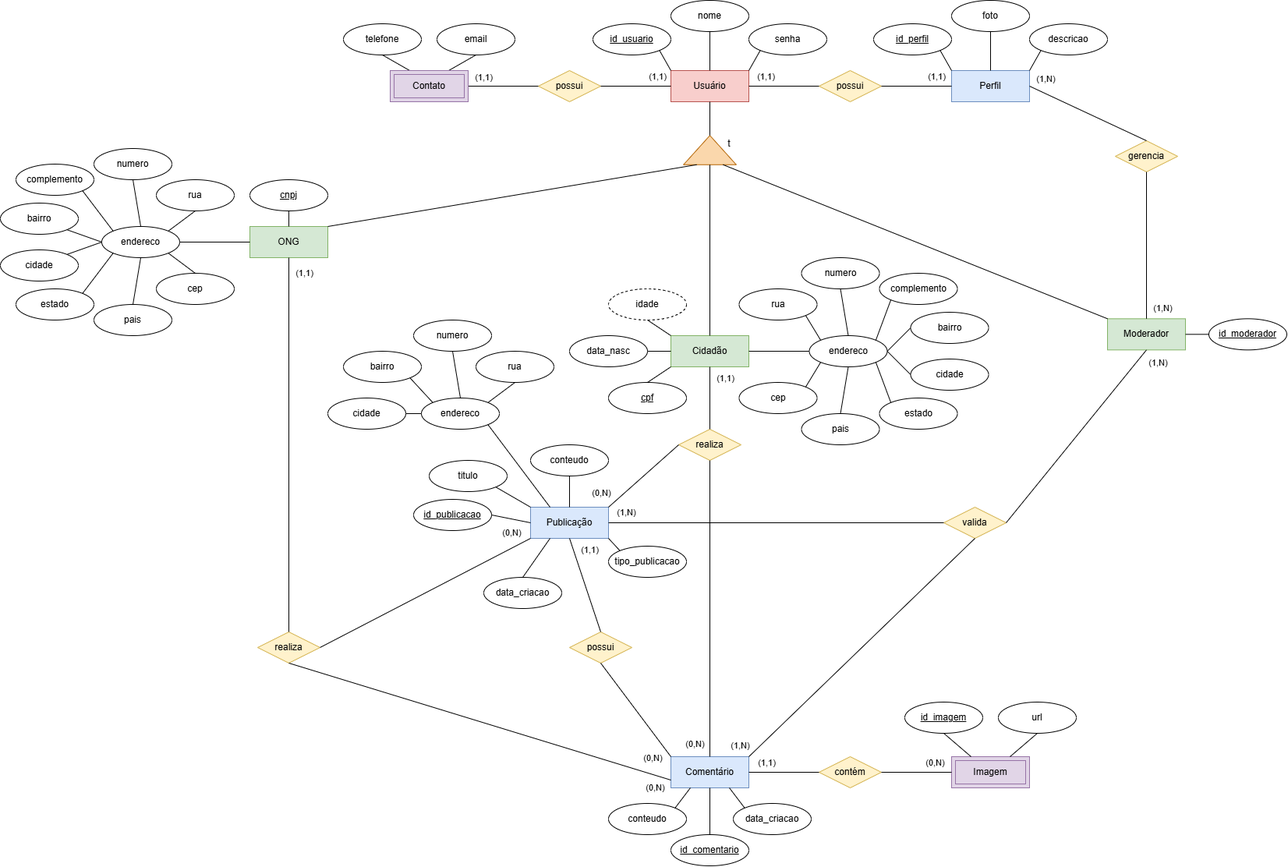
This is DOCUMENTACAO/PetMap - Modelo Conceitual.drawio.png from arthurpansera/PetMap, a draw.io export, as it was before one commit. Source tidied: cells renumbered, new cells last; positions are measured from the earlier drawing's top-left corner, leaving out a move shared by most shapes.
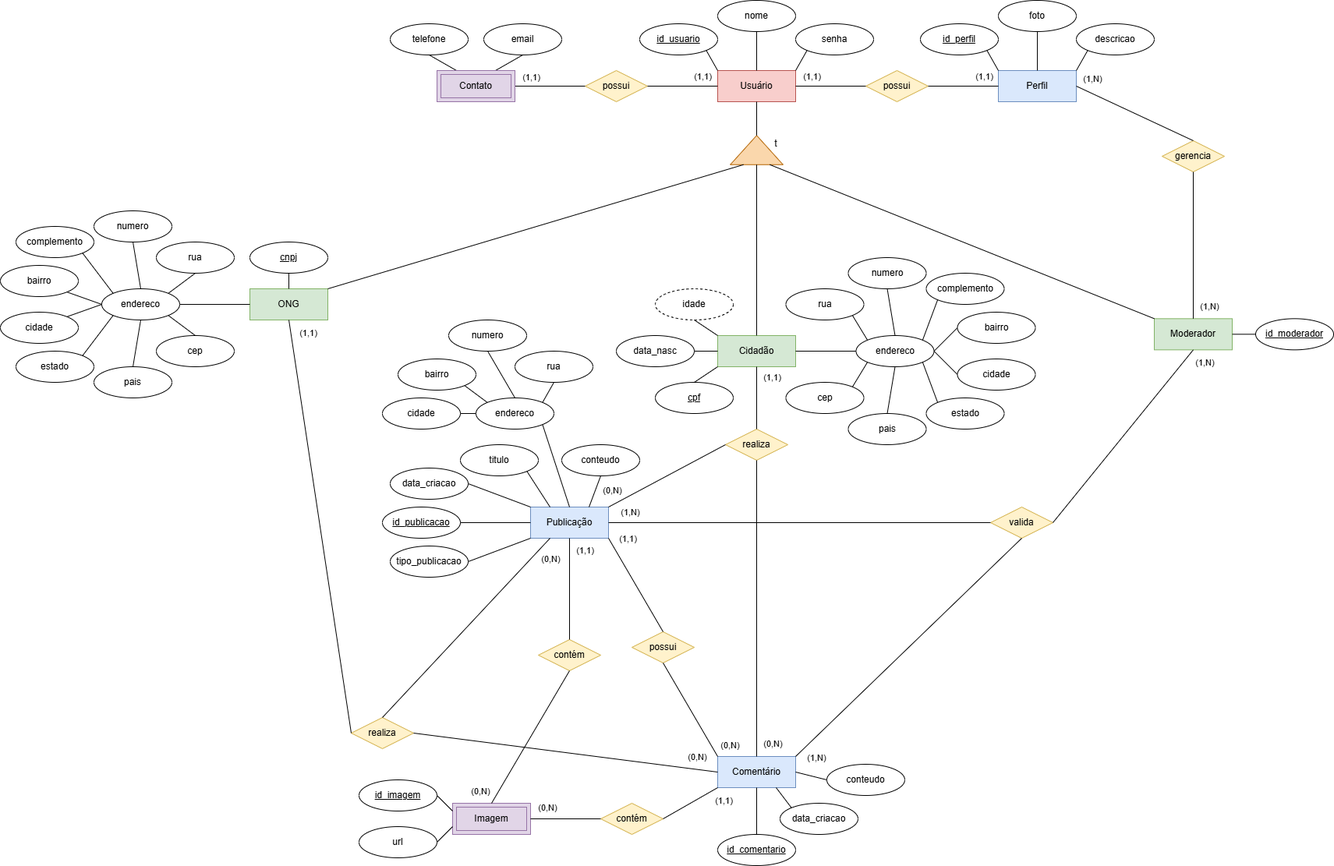
After the change.

Commit message:
Atualização do Modelo Conceitual

Atualização do modelo conceitual da aplicação

Diff of the diagram source:
```diff
@@ -35,3 +35,3 @@
     <mxCell id="12" value="ONG" style="whiteSpace=wrap;html=1;align=center;fillColor=#d5e8d4;strokeColor=#82b366;" parent="1" vertex="1">
-      <mxGeometry x="320" y="290" width="100" height="40" as="geometry" />
+      <mxGeometry x="260" y="370" width="100" height="40" as="geometry" />
     </mxCell>
@@ -136,3 +136,3 @@
     <mxCell id="43" value="cnpj" style="ellipse;whiteSpace=wrap;html=1;align=center;fontStyle=4;" parent="1" vertex="1">
-      <mxGeometry x="320" y="230" width="100" height="40" as="geometry" />
+      <mxGeometry x="260" y="310" width="100" height="40" as="geometry" />
     </mxCell>
@@ -142,3 +142,3 @@
     <mxCell id="45" value="endereco" style="ellipse;whiteSpace=wrap;html=1;align=center;" parent="1" vertex="1">
-      <mxGeometry x="130" y="290" width="100" height="40" as="geometry" />
+      <mxGeometry x="70" y="370" width="100" height="40" as="geometry" />
     </mxCell>
@@ -148,24 +148,24 @@
     <mxCell id="47" value="pais" style="ellipse;whiteSpace=wrap;html=1;align=center;" parent="1" vertex="1">
-      <mxGeometry x="120" y="390" width="100" height="40" as="geometry" />
+      <mxGeometry x="60" y="470" width="100" height="40" as="geometry" />
     </mxCell>
     <mxCell id="48" value="estado" style="ellipse;whiteSpace=wrap;html=1;align=center;" parent="1" vertex="1">
-      <mxGeometry x="20" y="370" width="100" height="40" as="geometry" />
+      <mxGeometry x="-40" y="450" width="100" height="40" as="geometry" />
     </mxCell>
     <mxCell id="49" value="cep" style="ellipse;whiteSpace=wrap;html=1;align=center;" parent="1" vertex="1">
-      <mxGeometry x="200" y="350" width="100" height="40" as="geometry" />
+      <mxGeometry x="140" y="430" width="100" height="40" as="geometry" />
     </mxCell>
     <mxCell id="50" value="bairro" style="ellipse;whiteSpace=wrap;html=1;align=center;" parent="1" vertex="1">
-      <mxGeometry y="260" width="100" height="40" as="geometry" />
+      <mxGeometry x="-60" y="340" width="100" height="40" as="geometry" />
     </mxCell>
     <mxCell id="51" value="complemento" style="ellipse;whiteSpace=wrap;html=1;align=center;" parent="1" vertex="1">
-      <mxGeometry x="20" y="210" width="100" height="40" as="geometry" />
+      <mxGeometry x="-40" y="290" width="100" height="40" as="geometry" />
     </mxCell>
     <mxCell id="52" value="numero" style="ellipse;whiteSpace=wrap;html=1;align=center;" parent="1" vertex="1">
-      <mxGeometry x="120" y="190" width="100" height="40" as="geometry" />
+      <mxGeometry x="60" y="270" width="100" height="40" as="geometry" />
     </mxCell>
     <mxCell id="53" value="rua" style="ellipse;whiteSpace=wrap;html=1;align=center;" parent="1" vertex="1">
-      <mxGeometry x="200" y="230" width="100" height="40" as="geometry" />
+      <mxGeometry x="140" y="310" width="100" height="40" as="geometry" />
     </mxCell>
     <mxCell id="54" value="cidade" style="ellipse;whiteSpace=wrap;html=1;align=center;" parent="1" vertex="1">
-      <mxGeometry y="320" width="100" height="40" as="geometry" />
+      <mxGeometry x="-60" y="400" width="100" height="40" as="geometry" />
     </mxCell>
@@ -218,3 +218,3 @@
     <mxCell id="69" value="Publicação" style="whiteSpace=wrap;html=1;align=center;fillColor=#dae8fc;strokeColor=#6c8ebf;" parent="1" vertex="1">
-      <mxGeometry x="680" y="650" width="100" height="40" as="geometry" />
+      <mxGeometry x="620" y="650" width="100" height="40" as="geometry" />
     </mxCell>
@@ -224,22 +224,19 @@
     <mxCell id="71" value="realiza" style="shape=rhombus;perimeter=rhombusPerimeter;whiteSpace=wrap;html=1;align=center;fillColor=#fff2cc;strokeColor=#d6b656;" parent="1" vertex="1">
-      <mxGeometry x="330" y="810" width="80" height="40" as="geometry" />
+      <mxGeometry x="390" y="920" width="80" height="40" as="geometry" />
     </mxCell>
     <mxCell id="72" value="id_publicacao" style="ellipse;whiteSpace=wrap;html=1;align=center;fontStyle=4;" parent="1" vertex="1">
-      <mxGeometry x="530" y="640" width="100" height="40" as="geometry" />
+      <mxGeometry x="430" y="650" width="100" height="40" as="geometry" />
     </mxCell>
     <mxCell id="73" value="titulo" style="ellipse;whiteSpace=wrap;html=1;align=center;" parent="1" vertex="1">
-      <mxGeometry x="550" y="590" width="100" height="40" as="geometry" />
+      <mxGeometry x="530" y="570" width="100" height="40" as="geometry" />
     </mxCell>
     <mxCell id="74" value="conteudo" style="ellipse;whiteSpace=wrap;html=1;align=center;" parent="1" vertex="1">
-      <mxGeometry x="680" y="570" width="100" height="40" as="geometry" />
+      <mxGeometry x="660" y="570" width="100" height="40" as="geometry" />
     </mxCell>
     <mxCell id="75" value="data_criacao" style="ellipse;whiteSpace=wrap;html=1;align=center;" parent="1" vertex="1">
-      <mxGeometry x="620" y="740" width="100" height="40" as="geometry" />
+      <mxGeometry x="440" y="600" width="100" height="40" as="geometry" />
     </mxCell>
     <mxCell id="76" value="tipo_publicacao" style="ellipse;whiteSpace=wrap;html=1;align=center;" parent="1" vertex="1">
-      <mxGeometry x="780" y="700" width="100" height="40" as="geometry" />
+      <mxGeometry x="440" y="700" width="100" height="40" as="geometry" />
     </mxCell>
-    <mxCell id="77" style="endArrow=none;html=1;rounded=0;exitX=0;exitY=0;exitDx=0;exitDy=0;entryX=1;entryY=1;entryDx=0;entryDy=0;" parent="1" edge="1" source="76" target="69">
-      <mxGeometry relative="1" as="geometry" />
-    </mxCell>
     <mxCell id="78" value="Contato" style="shape=ext;margin=3;double=1;whiteSpace=wrap;html=1;align=center;fillColor=#e1d5e7;strokeColor=#9673a6;" parent="1" vertex="1">
@@ -308,6 +305,6 @@
     <mxCell id="99" value="Imagem" style="shape=ext;margin=3;double=1;whiteSpace=wrap;html=1;align=center;fillColor=#e1d5e7;strokeColor=#9673a6;" parent="1" vertex="1">
-      <mxGeometry x="1220" y="970" width="100" height="40" as="geometry" />
+      <mxGeometry x="520" y="1030" width="100" height="40" as="geometry" />
     </mxCell>
     <mxCell id="100" value="conteudo" style="ellipse;whiteSpace=wrap;html=1;align=center;" parent="1" vertex="1">
-      <mxGeometry x="780" y="1030" width="100" height="40" as="geometry" />
+      <mxGeometry x="1000" y="980" width="100" height="40" as="geometry" />
     </mxCell>
@@ -320,10 +317,7 @@
     <mxCell id="103" value="id_imagem" style="ellipse;whiteSpace=wrap;html=1;align=center;fontStyle=4;" parent="1" vertex="1">
-      <mxGeometry x="1160" y="900" width="100" height="40" as="geometry" />
+      <mxGeometry x="400" y="1000" width="100" height="40" as="geometry" />
     </mxCell>
     <mxCell id="104" value="url" style="ellipse;whiteSpace=wrap;html=1;align=center;" parent="1" vertex="1">
-      <mxGeometry x="1280" y="900" width="100" height="40" as="geometry" />
+      <mxGeometry x="400" y="1060" width="100" height="40" as="geometry" />
     </mxCell>
-    <mxCell id="105" style="endArrow=none;html=1;rounded=0;exitX=1;exitY=0;exitDx=0;exitDy=0;entryX=0.25;entryY=1;entryDx=0;entryDy=0;" parent="1" edge="1" source="100" target="98">
-      <mxGeometry relative="1" as="geometry" />
-    </mxCell>
     <mxCell id="106" style="endArrow=none;html=1;rounded=0;exitX=0;exitY=0;exitDx=0;exitDy=0;entryX=0.75;entryY=1;entryDx=0;entryDy=0;" parent="1" edge="1" source="102" target="98">
@@ -331,3 +325,3 @@
     </mxCell>
-    <mxCell id="107" style="endArrow=none;html=1;rounded=0;exitX=0.5;exitY=0;exitDx=0;exitDy=0;entryX=0.5;entryY=1;entryDx=0;entryDy=0;" parent="1" edge="1" source="71" target="12">
+    <mxCell id="107" style="endArrow=none;html=1;rounded=0;exitX=0;exitY=0.5;exitDx=0;exitDy=0;entryX=0.5;entryY=1;entryDx=0;entryDy=0;" parent="1" edge="1" source="71" target="12">
       <mxGeometry relative="1" as="geometry" />
@@ -336,3 +330,3 @@
       <mxGeometry x="0.9" y="-2" relative="1" as="geometry">
-        <mxPoint x="17" y="-6" as="offset" />
+        <mxPoint x="18" y="-9" as="offset" />
       </mxGeometry>
@@ -352,3 +346,3 @@
       <mxGeometry x="-0.65" relative="1" as="geometry">
-        <mxPoint x="-25" y="-6" as="offset" />
+        <mxPoint x="-22" y="-8" as="offset" />
       </mxGeometry>
@@ -360,3 +354,3 @@
       <mxGeometry x="-0.93" y="-1" relative="1" as="geometry">
-        <mxPoint x="7" y="-15" as="offset" />
+        <mxPoint x="11" y="-15" as="offset" />
       </mxGeometry>
@@ -385,3 +379,3 @@
       <mxGeometry x="-0.95" y="2" relative="1" as="geometry">
-        <mxPoint x="-18" y="-7" as="offset" />
+        <mxPoint x="20" y="9" as="offset" />
       </mxGeometry>
@@ -391,9 +385,6 @@
     </mxCell>
-    <mxCell id="123" value="contém" style="shape=rhombus;perimeter=rhombusPerimeter;whiteSpace=wrap;html=1;align=center;fillColor=#fff2cc;strokeColor=#d6b656;" parent="1" vertex="1">
-      <mxGeometry x="1050" y="970" width="80" height="40" as="geometry" />
-    </mxCell>
     <mxCell id="124" value="possui" style="shape=rhombus;perimeter=rhombusPerimeter;whiteSpace=wrap;html=1;align=center;fillColor=#fff2cc;strokeColor=#d6b656;" parent="1" vertex="1">
-      <mxGeometry x="730" y="810" width="80" height="40" as="geometry" />
+      <mxGeometry x="750" y="810" width="80" height="40" as="geometry" />
     </mxCell>
-    <mxCell id="125" style="endArrow=none;html=1;rounded=0;entryX=0.5;entryY=1;entryDx=0;entryDy=0;exitX=0.5;exitY=0;exitDx=0;exitDy=0;" parent="1" edge="1" source="124" target="69">
+    <mxCell id="125" style="endArrow=none;html=1;rounded=0;entryX=1;entryY=1;entryDx=0;entryDy=0;exitX=0.5;exitY=0;exitDx=0;exitDy=0;" parent="1" edge="1" source="124" target="69">
       <mxGeometry relative="1" as="geometry" />
@@ -402,3 +393,3 @@
       <mxGeometry x="0.74" y="2" relative="1" as="geometry">
-        <mxPoint x="21" y="-3" as="offset" />
+        <mxPoint x="16" y="-17" as="offset" />
       </mxGeometry>
@@ -410,6 +401,6 @@
       <mxGeometry x="-0.82" y="-2" relative="1" as="geometry">
-        <mxPoint x="-17" y="14" as="offset" />
+        <mxPoint x="19" y="-4" as="offset" />
       </mxGeometry>
     </mxCell>
-    <mxCell id="129" style="endArrow=none;html=1;rounded=0;entryX=0.5;entryY=1;entryDx=0;entryDy=0;exitX=0;exitY=0.75;exitDx=0;exitDy=0;" parent="1" edge="1" source="98" target="71">
+    <mxCell id="129" style="endArrow=none;html=1;rounded=0;entryX=1;entryY=0.5;entryDx=0;entryDy=0;exitX=0;exitY=0.5;exitDx=0;exitDy=0;" parent="1" edge="1" source="98" target="71">
       <mxGeometry relative="1" as="geometry" />
@@ -418,3 +409,3 @@
       <mxGeometry x="-0.85" y="1" relative="1" as="geometry">
-        <mxPoint x="15" y="19" as="offset" />
+        <mxPoint x="1" y="-17" as="offset" />
       </mxGeometry>
@@ -426,6 +417,6 @@
       <mxGeometry x="-0.93" y="-1" relative="1" as="geometry">
-        <mxPoint x="-21" y="-2" as="offset" />
+        <mxPoint x="19" y="-3" as="offset" />
       </mxGeometry>
     </mxCell>
-    <mxCell id="133" style="endArrow=none;html=1;rounded=0;exitX=1;exitY=0.5;exitDx=0;exitDy=0;entryX=0;entryY=1;entryDx=0;entryDy=0;" parent="1" edge="1" source="71" target="69">
+    <mxCell id="133" style="endArrow=none;html=1;rounded=0;exitX=0.5;exitY=0;exitDx=0;exitDy=0;entryX=0.25;entryY=1;entryDx=0;entryDy=0;" parent="1" edge="1" source="71" target="69">
       <mxGeometry relative="1" as="geometry" />
@@ -434,3 +425,3 @@
       <mxGeometry x="0.73" y="3" relative="1" as="geometry">
-        <mxPoint x="13" y="-25" as="offset" />
+        <mxPoint x="31" y="-3" as="offset" />
       </mxGeometry>
@@ -440,44 +431,25 @@
     </mxCell>
-    <mxCell id="136" style="endArrow=none;html=1;rounded=0;exitX=0;exitY=0;exitDx=0;exitDy=0;entryX=1;entryY=1;entryDx=0;entryDy=0;" parent="1" edge="1" source="69" target="73">
+    <mxCell id="136" style="endArrow=none;html=1;rounded=0;exitX=0.25;exitY=0;exitDx=0;exitDy=0;entryX=1;entryY=1;entryDx=0;entryDy=0;" parent="1" edge="1" source="69" target="73">
       <mxGeometry relative="1" as="geometry" />
     </mxCell>
-    <mxCell id="137" style="endArrow=none;html=1;rounded=0;exitX=0.5;exitY=0;exitDx=0;exitDy=0;entryX=0.5;entryY=1;entryDx=0;entryDy=0;" parent="1" edge="1" source="69" target="74">
+    <mxCell id="137" style="endArrow=none;html=1;rounded=0;exitX=0.75;exitY=0;exitDx=0;exitDy=0;entryX=0.5;entryY=1;entryDx=0;entryDy=0;" parent="1" edge="1" source="69" target="74">
       <mxGeometry relative="1" as="geometry" />
     </mxCell>
-    <mxCell id="138" style="endArrow=none;html=1;rounded=0;exitX=1;exitY=0.5;exitDx=0;exitDy=0;entryX=0;entryY=0.5;entryDx=0;entryDy=0;" parent="1" edge="1" source="98" target="123">
-      <mxGeometry relative="1" as="geometry" />
-    </mxCell>
-    <mxCell id="139" value="(1,1)" style="edgeLabel;html=1;align=center;verticalAlign=middle;" parent="138" vertex="1">
-      <mxGeometry x="-0.72" y="1" relative="1" as="geometry">
-        <mxPoint x="9" y="-12" as="offset" />
-      </mxGeometry>
-    </mxCell>
-    <mxCell id="140" style="endArrow=none;html=1;rounded=0;entryX=0.5;entryY=1;entryDx=0;entryDy=0;exitX=0.25;exitY=0;exitDx=0;exitDy=0;" parent="1" edge="1" source="99" target="103">
+    <mxCell id="140" style="endArrow=none;html=1;rounded=0;entryX=1;entryY=0.5;entryDx=0;entryDy=0;exitX=0;exitY=0.25;exitDx=0;exitDy=0;" parent="1" edge="1" source="99" target="103">
       <mxGeometry relative="1" as="geometry" />
     </mxCell>
-    <mxCell id="141" style="endArrow=none;html=1;rounded=0;exitX=0.75;exitY=0;exitDx=0;exitDy=0;entryX=0.5;entryY=1;entryDx=0;entryDy=0;" parent="1" edge="1" source="99" target="104">
-      <mxGeometry relative="1" as="geometry" />
-    </mxCell>
-    <mxCell id="142" style="endArrow=none;html=1;rounded=0;exitX=1;exitY=0.5;exitDx=0;exitDy=0;entryX=0;entryY=0.5;entryDx=0;entryDy=0;" parent="1" edge="1" source="123" target="99">
-      <mxGeometry relative="1" as="geometry" />
-    </mxCell>
-    <mxCell id="143" value="(0,N)" style="edgeLabel;html=1;align=center;verticalAlign=middle;" parent="142" vertex="1">
-      <mxGeometry x="0.35" y="-2" relative="1" as="geometry">
-        <mxPoint x="8" y="-15" as="offset" />
-      </mxGeometry>
-    </mxCell>
     <mxCell id="144" value="endereco" style="ellipse;whiteSpace=wrap;html=1;align=center;" parent="1" vertex="1">
-      <mxGeometry x="540" y="510" width="100" height="40" as="geometry" />
+      <mxGeometry x="550" y="510" width="100" height="40" as="geometry" />
     </mxCell>
     <mxCell id="145" value="bairro" style="ellipse;whiteSpace=wrap;html=1;align=center;" parent="1" vertex="1">
-      <mxGeometry x="440" y="450" width="100" height="40" as="geometry" />
+      <mxGeometry x="450" y="460" width="100" height="40" as="geometry" />
     </mxCell>
     <mxCell id="146" value="numero" style="ellipse;whiteSpace=wrap;html=1;align=center;" parent="1" vertex="1">
-      <mxGeometry x="530" y="410" width="100" height="40" as="geometry" />
+      <mxGeometry x="515" y="410" width="100" height="40" as="geometry" />
     </mxCell>
     <mxCell id="147" value="rua" style="ellipse;whiteSpace=wrap;html=1;align=center;" parent="1" vertex="1">
-      <mxGeometry x="610" y="450" width="100" height="40" as="geometry" />
+      <mxGeometry x="600" y="450" width="100" height="40" as="geometry" />
     </mxCell>
     <mxCell id="148" value="cidade" style="ellipse;whiteSpace=wrap;html=1;align=center;" parent="1" vertex="1">
-      <mxGeometry x="420" y="510" width="100" height="40" as="geometry" />
+      <mxGeometry x="430" y="510" width="100" height="40" as="geometry" />
     </mxCell>
@@ -495,8 +467,55 @@
     </mxCell>
-    <mxCell id="153" style="endArrow=none;html=1;rounded=0;exitX=0.25;exitY=0;exitDx=0;exitDy=0;entryX=1;entryY=1;entryDx=0;entryDy=0;" parent="1" edge="1" source="69" target="144">
+    <mxCell id="153" style="endArrow=none;html=1;rounded=0;exitX=0.5;exitY=0;exitDx=0;exitDy=0;entryX=1;entryY=1;entryDx=0;entryDy=0;" parent="1" edge="1" source="69" target="144">
       <mxGeometry relative="1" as="geometry" />
     </mxCell>
-    <mxCell id="154" style="endArrow=none;html=1;rounded=0;exitX=0.5;exitY=0;exitDx=0;exitDy=0;entryX=0.25;entryY=1;entryDx=0;entryDy=0;" parent="1" edge="1" source="75" target="69">
-      <mxGeometry relative="1" as="geometry" />
-    </mxCell>
+    <mxCell id="141" style="endArrow=none;html=1;rounded=0;entryX=1;entryY=0.5;entryDx=0;entryDy=0;exitX=0;exitY=0.75;exitDx=0;exitDy=0;" parent="1" edge="1" source="99" target="104">
+      <mxGeometry relative="1" as="geometry" />
+    </mxCell>
+    <mxCell id="105" style="endArrow=none;html=1;rounded=0;entryX=1;entryY=0.5;entryDx=0;entryDy=0;exitX=0;exitY=0.5;exitDx=0;exitDy=0;" parent="1" edge="1" source="100" target="98">
+      <mxGeometry relative="1" as="geometry" />
+    </mxCell>
+    <mxCell id="155" style="endArrow=none;html=1;rounded=0;entryX=1;entryY=0.5;entryDx=0;entryDy=0;exitX=0;exitY=0;exitDx=0;exitDy=0;" parent="1" edge="1" source="69" target="75">
+      <mxGeometry relative="1" as="geometry" />
+    </mxCell>
+    <mxCell id="156" value="contém" style="shape=rhombus;perimeter=rhombusPerimeter;whiteSpace=wrap;html=1;align=center;fillColor=#fff2cc;strokeColor=#d6b656;" parent="1" vertex="1">
+      <mxGeometry x="630" y="820" width="80" height="40" as="geometry" />
+    </mxCell>
+    <mxCell id="157" style="endArrow=none;html=1;rounded=0;entryX=0.5;entryY=1;entryDx=0;entryDy=0;exitX=0.5;exitY=0;exitDx=0;exitDy=0;" parent="1" edge="1" source="156" target="69">
+      <mxGeometry relative="1" as="geometry" />
+    </mxCell>
+    <mxCell id="158" value="(1,1)" style="edgeLabel;html=1;align=center;verticalAlign=middle;" parent="157" vertex="1">
+      <mxGeometry x="0.77" y="-1" relative="1" as="geometry">
+        <mxPoint x="18" y="-1" as="offset" />
+      </mxGeometry>
+    </mxCell>
+    <mxCell id="159" style="endArrow=none;html=1;rounded=0;entryX=0.5;entryY=1;entryDx=0;entryDy=0;exitX=0.5;exitY=0;exitDx=0;exitDy=0;" parent="1" edge="1" source="99" target="156">
+      <mxGeometry relative="1" as="geometry" />
+    </mxCell>
+    <mxCell id="160" value="(0,N)" style="edgeLabel;html=1;align=center;verticalAlign=middle;" parent="159" vertex="1">
+      <mxGeometry x="-0.82" relative="1" as="geometry">
+        <mxPoint x="-24" as="offset" />
+      </mxGeometry>
+    </mxCell>
+    <mxCell id="161" value="contém" style="shape=rhombus;perimeter=rhombusPerimeter;whiteSpace=wrap;html=1;align=center;fillColor=#fff2cc;strokeColor=#d6b656;" parent="1" vertex="1">
+      <mxGeometry x="710" y="1030" width="80" height="40" as="geometry" />
+    </mxCell>
+    <mxCell id="162" style="endArrow=none;html=1;rounded=0;entryX=0;entryY=0.5;entryDx=0;entryDy=0;exitX=1;exitY=0.5;exitDx=0;exitDy=0;" parent="1" edge="1" source="99" target="161">
+      <mxGeometry relative="1" as="geometry" />
+    </mxCell>
+    <mxCell id="163" value="(1,1)" style="edgeLabel;html=1;align=center;verticalAlign=middle;" parent="162" vertex="1">
+      <mxGeometry x="-0.1" y="-1" relative="1" as="geometry">
+        <mxPoint x="207" y="-25" as="offset" />
+      </mxGeometry>
+    </mxCell>
+    <mxCell id="164" value="(0,N)" style="edgeLabel;html=1;align=center;verticalAlign=middle;" parent="162" vertex="1">
+      <mxGeometry x="-0.53" y="-1" relative="1" as="geometry">
+        <mxPoint x="-1" y="-16" as="offset" />
+      </mxGeometry>
+    </mxCell>
+    <mxCell id="165" style="endArrow=none;html=1;rounded=0;entryX=0;entryY=1;entryDx=0;entryDy=0;exitX=1;exitY=0.5;exitDx=0;exitDy=0;" parent="1" edge="1" source="161" target="98">
+      <mxGeometry relative="1" as="geometry" />
+    </mxCell>
+    <mxCell id="77" style="endArrow=none;html=1;rounded=0;exitX=1;exitY=0.5;exitDx=0;exitDy=0;entryX=0;entryY=1;entryDx=0;entryDy=0;" parent="1" edge="1" source="76" target="69">
+      <mxGeometry relative="1" as="geometry" />
+    </mxCell>
   </root>
```
